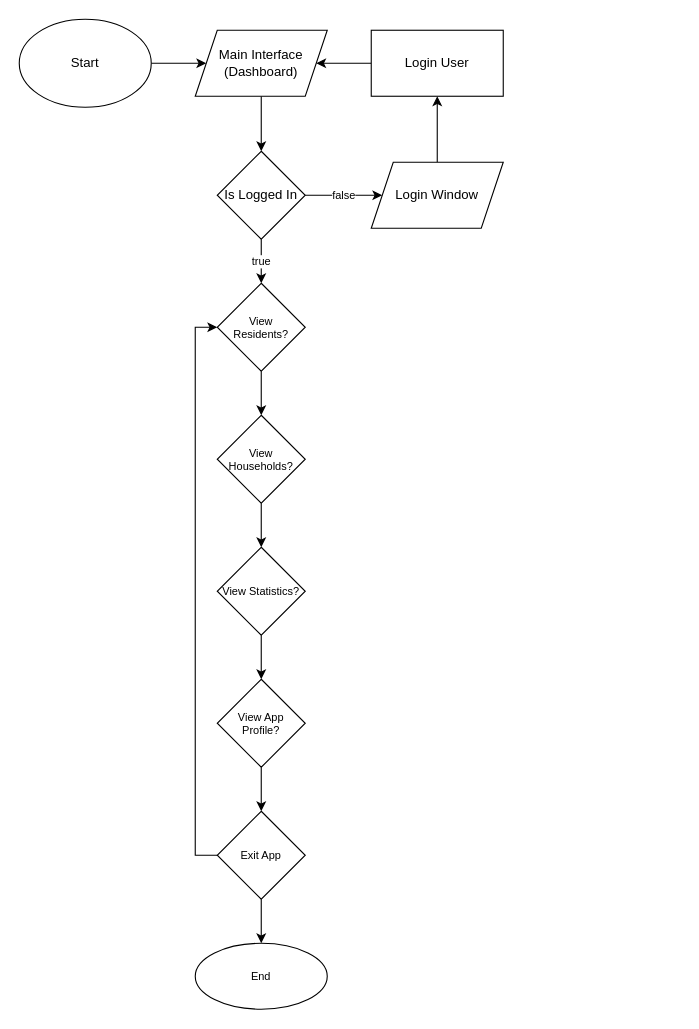
Earlier version of the draw.io diagram page "Activity Diagram" (4 of 4) of BrgyProfileCore.drawio (patterueldev/BrgyProfileCore). Source tidied: cells renumbered, new cells numbered last; positions are measured from the earlier drawing's top-left corner, leaving out a move shared by most shapes. Both pictures are drawn from the tidied source at 110%, with x=0, y=0 at pixel (19, 19).
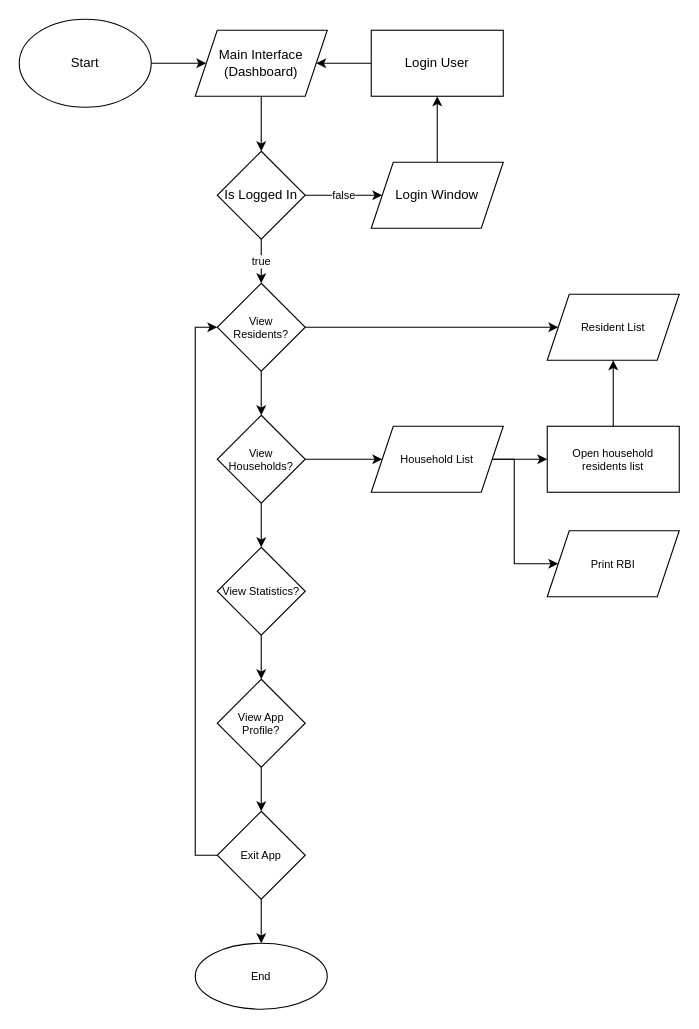
The same diagram, later.

Unchanged cells that the change refers to:
```xml
<mxCell id="14" value="View &lt;br&gt;Residents?" style="rhombus;whiteSpace=wrap;html=1;fontSize=10;" parent="1" vertex="1">
  <mxGeometry x="180" y="240" width="80" height="80" as="geometry" />
</mxCell>
<mxCell id="16" value="View Households?" style="rhombus;whiteSpace=wrap;html=1;fontSize=10;" parent="1" vertex="1">
  <mxGeometry x="180" y="360" width="80" height="80" as="geometry" />
</mxCell>
```

Change to the diagram source:
```diff
@@
+    <mxCell id="25" style="edgeStyle=orthogonalEdgeStyle;rounded=0;jettySize=auto;html=1;startArrow=none;startFill=0;fontSize=10;" parent="1" edge="1" source="14" target="27">
+      <mxGeometry relative="1" as="geometry" />
+    </mxCell>
@@
+    <mxCell id="26" style="edgeStyle=orthogonalEdgeStyle;rounded=0;jettySize=auto;html=1;startArrow=none;startFill=0;fontSize=10;" parent="1" edge="1" source="16" target="30">
+      <mxGeometry relative="1" as="geometry" />
+    </mxCell>
@@
+    <mxCell id="27" value="Resident List" style="shape=parallelogram;perimeter=parallelogramPerimeter;whiteSpace=wrap;html=1;fixedSize=1;fontSize=10;" parent="1" vertex="1">
+      <mxGeometry x="480" y="250" width="120" height="60" as="geometry" />
+    </mxCell>
+    <mxCell id="28" style="edgeStyle=orthogonalEdgeStyle;rounded=0;jettySize=auto;html=1;startArrow=none;startFill=0;fontSize=10;" parent="1" edge="1" source="30" target="32">
+      <mxGeometry relative="1" as="geometry" />
+    </mxCell>
+    <mxCell id="29" style="edgeStyle=orthogonalEdgeStyle;rounded=0;jettySize=auto;html=1;startArrow=none;startFill=0;fontSize=10;" parent="1" edge="1" source="30" target="33">
+      <mxGeometry relative="1" as="geometry">
+        <Array as="points">
+          <mxPoint x="450" y="400" />
+          <mxPoint x="450" y="495" />
+        </Array>
+      </mxGeometry>
+    </mxCell>
+    <mxCell id="30" value="Household List" style="shape=parallelogram;perimeter=parallelogramPerimeter;whiteSpace=wrap;html=1;fixedSize=1;fontSize=10;" parent="1" vertex="1">
+      <mxGeometry x="320" y="370" width="120" height="60" as="geometry" />
+    </mxCell>
+    <mxCell id="31" style="edgeStyle=orthogonalEdgeStyle;rounded=0;jettySize=auto;html=1;startArrow=none;startFill=0;fontSize=10;" parent="1" edge="1" source="32" target="27">
+      <mxGeometry relative="1" as="geometry" />
+    </mxCell>
+    <mxCell id="32" value="Open household&lt;br&gt;residents list" style="whiteSpace=wrap;html=1;fontSize=10;" parent="1" vertex="1">
+      <mxGeometry x="480" y="370" width="120" height="60" as="geometry" />
+    </mxCell>
+    <mxCell id="33" value="Print RBI" style="shape=parallelogram;perimeter=parallelogramPerimeter;whiteSpace=wrap;html=1;fixedSize=1;fontSize=10;" parent="1" vertex="1">
+      <mxGeometry x="480" y="465" width="120" height="60" as="geometry" />
+    </mxCell>
```
